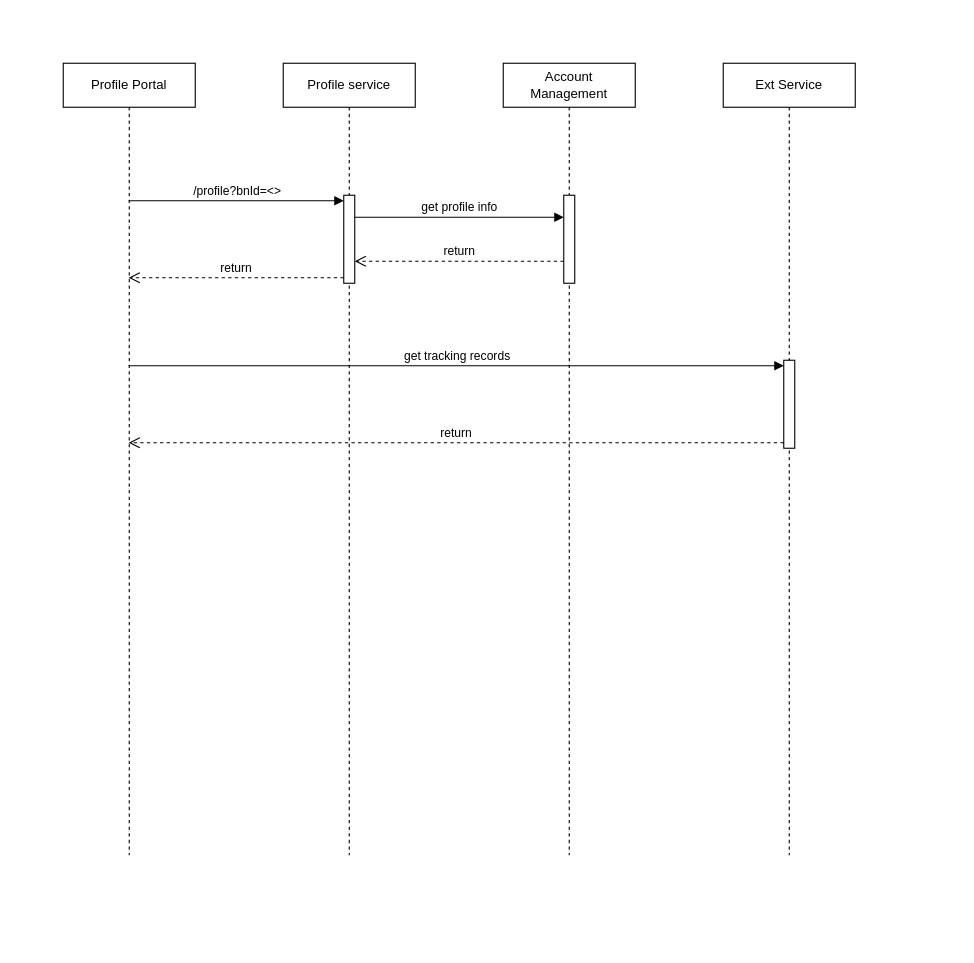
Above: page "Page-2" (2 of 3) of tps-externaldata-service.drawio in huangshijie/Drawio (draw.io), before the change. Source tidied: cells renumbered, new cells numbered last; positions are measured from the earlier drawing's top-left corner, leaving out a move shared by most shapes. Both pictures are drawn from the tidied source at 110%, with x=0, y=0 at pixel (63, 63).
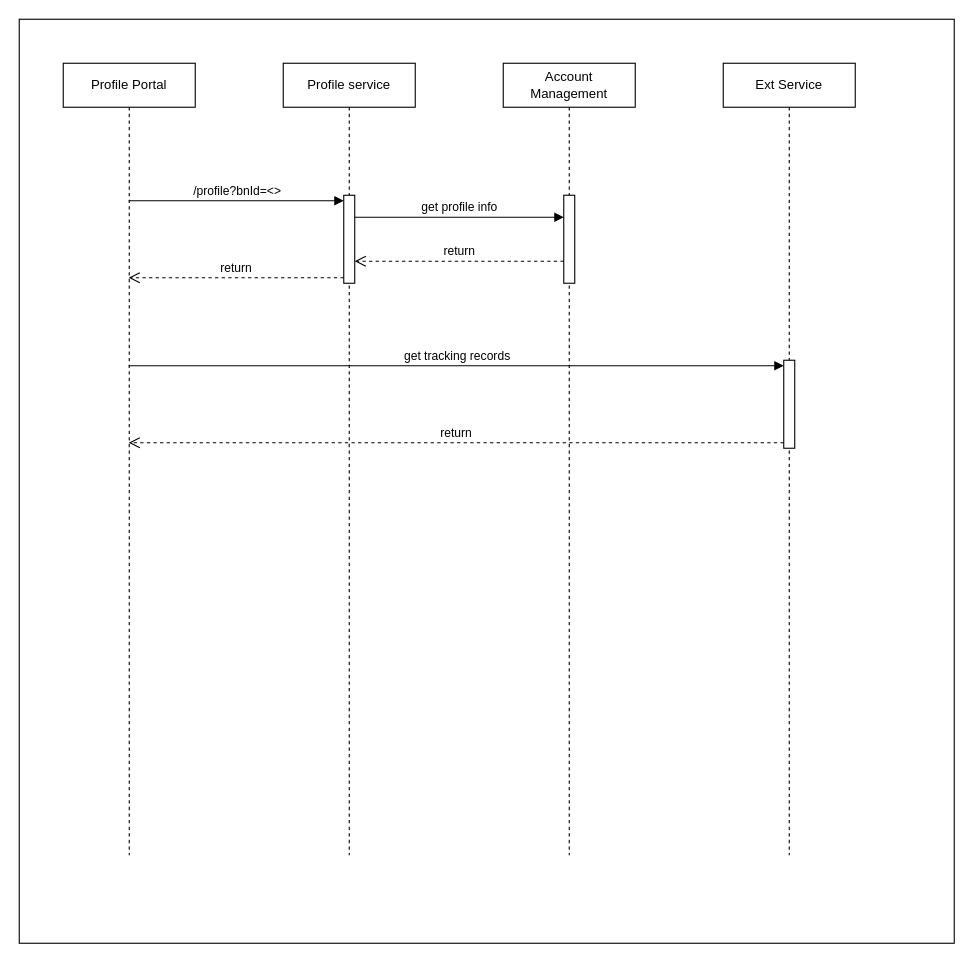
After the change.

Diff of the diagram source:
```diff
@@
 <mxGraphModel>
   <root>
     <mxCell id="0" />
     <mxCell id="1" parent="0" />
+    <mxCell id="15" style="rounded=0;whiteSpace=wrap;html=1;" parent="1" vertex="1">
+      <mxGeometry x="-40" y="-40" width="850" height="840" as="geometry" />
+    </mxCell>
     <mxCell id="2" value="Profile Portal" style="shape=umlLifeline;perimeter=lifelinePerimeter;whiteSpace=wrap;html=1;outlineConnect=0;portConstraint=eastwest;newEdgeStyle={&quot;curved&quot;:0,&quot;rounded&quot;:0};" parent="1" vertex="1">
       <mxGeometry width="120" height="720" as="geometry" />
     </mxCell>
     <mxCell id="3" value="Profile service" style="shape=umlLifeline;perimeter=lifelinePerimeter;whiteSpace=wrap;html=1;newEdgeStyle={&quot;curved&quot;:0,&quot;rounded&quot;:0};" parent="1" vertex="1">
       <mxGeometry x="200" width="120" height="720" as="geometry" />
     </mxCell>
     <mxCell id="4" style="html=1;points=[[0,0,0,0,5],[0,1,0,0,-5],[1,0,0,0,5],[1,1,0,0,-5]];perimeter=orthogonalPerimeter;outlineConnect=0;targetShapes=umlLifeline;portConstraint=eastwest;newEdgeStyle={&quot;curved&quot;:0,&quot;rounded&quot;:0};" parent="3" vertex="1">
       <mxGeometry x="55" y="120" width="10" height="80" as="geometry" />
     </mxCell>
     <mxCell id="5" value="Account &lt;br&gt;Management" style="shape=umlLifeline;perimeter=lifelinePerimeter;whiteSpace=wrap;html=1;newEdgeStyle={&quot;curved&quot;:0,&quot;rounded&quot;:0};" parent="1" vertex="1">
       <mxGeometry x="400" width="120" height="720" as="geometry" />
     </mxCell>
     <mxCell id="6" style="html=1;perimeter=orthogonalPerimeter;targetShapes=umlLifeline;newEdgeStyle={&quot;curved&quot;:0,&quot;rounded&quot;:0};" parent="5" vertex="1">
       <mxGeometry x="55" y="120" width="10" height="80" as="geometry" />
     </mxCell>
     <mxCell id="7" value="Ext Service" style="shape=umlLifeline;perimeter=lifelinePerimeter;whiteSpace=wrap;html=1;newEdgeStyle={&quot;curved&quot;:0,&quot;rounded&quot;:0};" parent="1" vertex="1">
       <mxGeometry x="600" width="120" height="720" as="geometry" />
     </mxCell>
     <mxCell id="8" style="html=1;points=[[0,0,0,0,5],[0,1,0,0,-5],[1,0,0,0,5],[1,1,0,0,-5]];perimeter=orthogonalPerimeter;outlineConnect=0;targetShapes=umlLifeline;portConstraint=eastwest;newEdgeStyle={&quot;curved&quot;:0,&quot;rounded&quot;:0};" parent="7" vertex="1">
       <mxGeometry x="55" y="270" width="10" height="80" as="geometry" />
     </mxCell>
     <mxCell id="9" value="/profile?bnId=&amp;lt;&amp;gt;" style="html=1;verticalAlign=bottom;endArrow=block;curved=0;rounded=0;entryX=0;entryY=0;entryDx=0;entryDy=5;" parent="1" edge="1" source="2" target="4">
       <mxGeometry relative="1" as="geometry" />
     </mxCell>
     <mxCell id="10" value="return" style="html=1;verticalAlign=bottom;endArrow=open;dashed=1;endSize=8;curved=0;rounded=0;exitX=0;exitY=1;exitDx=0;exitDy=-5;" parent="1" edge="1" source="4" target="2">
       <mxGeometry relative="1" as="geometry" />
     </mxCell>
     <mxCell id="11" value="get profile info" style="html=1;verticalAlign=bottom;endArrow=block;curved=0;rounded=0;entryX=0;entryY=0;entryDx=0;entryDy=5;" parent="1" edge="1">
       <mxGeometry relative="1" as="geometry">
         <mxPoint x="265" y="140" as="sourcePoint" />
         <mxPoint x="455" y="140" as="targetPoint" />
       </mxGeometry>
     </mxCell>
     <mxCell id="12" value="return" style="html=1;verticalAlign=bottom;endArrow=open;dashed=1;endSize=8;curved=0;rounded=0;exitX=0;exitY=1;exitDx=0;exitDy=-5;" parent="1" edge="1">
       <mxGeometry relative="1" as="geometry">
         <mxPoint x="455" y="180" as="sourcePoint" />
         <mxPoint x="265" y="180" as="targetPoint" />
       </mxGeometry>
     </mxCell>
     <mxCell id="13" value="get tracking records" style="html=1;verticalAlign=bottom;endArrow=block;curved=0;rounded=0;entryX=0;entryY=0;entryDx=0;entryDy=5;" parent="1" edge="1" source="2" target="8">
       <mxGeometry relative="1" as="geometry" />
     </mxCell>
     <mxCell id="14" value="return" style="html=1;verticalAlign=bottom;endArrow=open;dashed=1;endSize=8;curved=0;rounded=0;exitX=0;exitY=1;exitDx=0;exitDy=-5;" parent="1" edge="1" source="8" target="2">
       <mxGeometry relative="1" as="geometry" />
     </mxCell>
   </root>
 </mxGraphModel>
```
